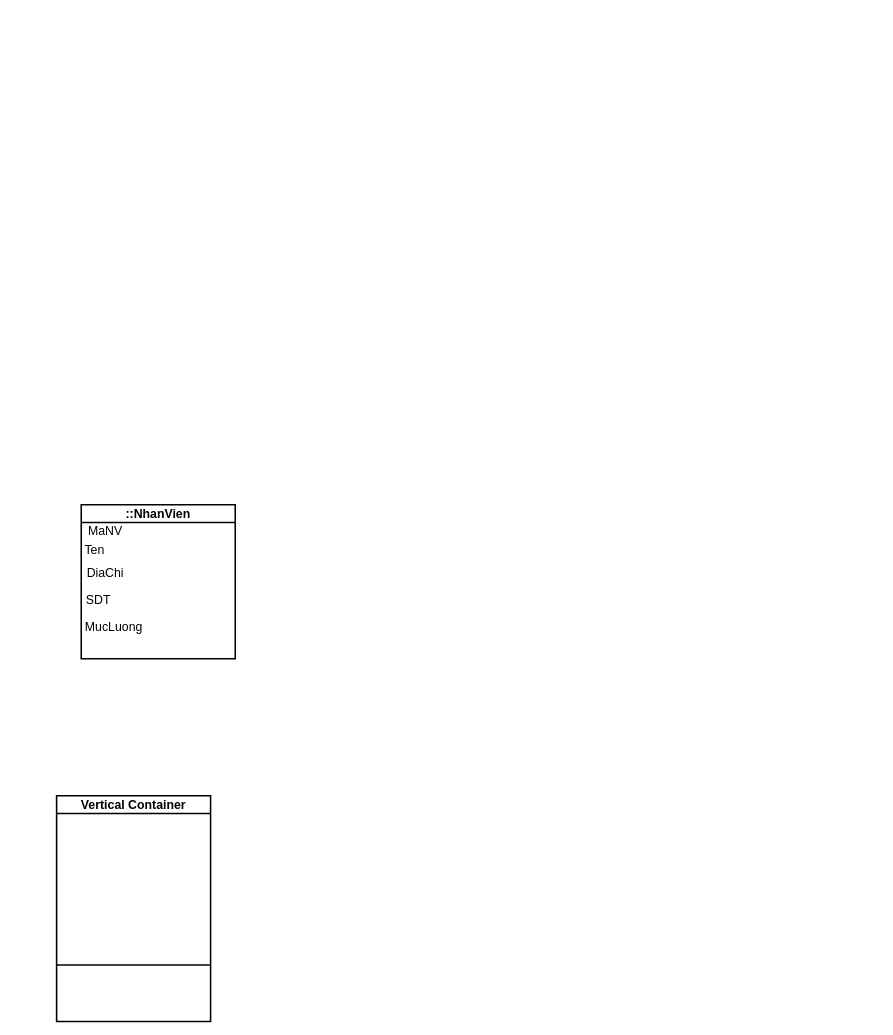
Before: page "Trang-2" (2 of 2) of C6SODO.drawio in nguyenngocnghia112k/DOANCN, a draw.io diagram. Source tidied: cells renumbered, new cells numbered last; positions are measured from the earlier drawing's top-left corner, leaving out a move shared by most shapes. Both pictures are drawn from the tidied source at 77%, with x=0, y=0 at pixel (56, 504).
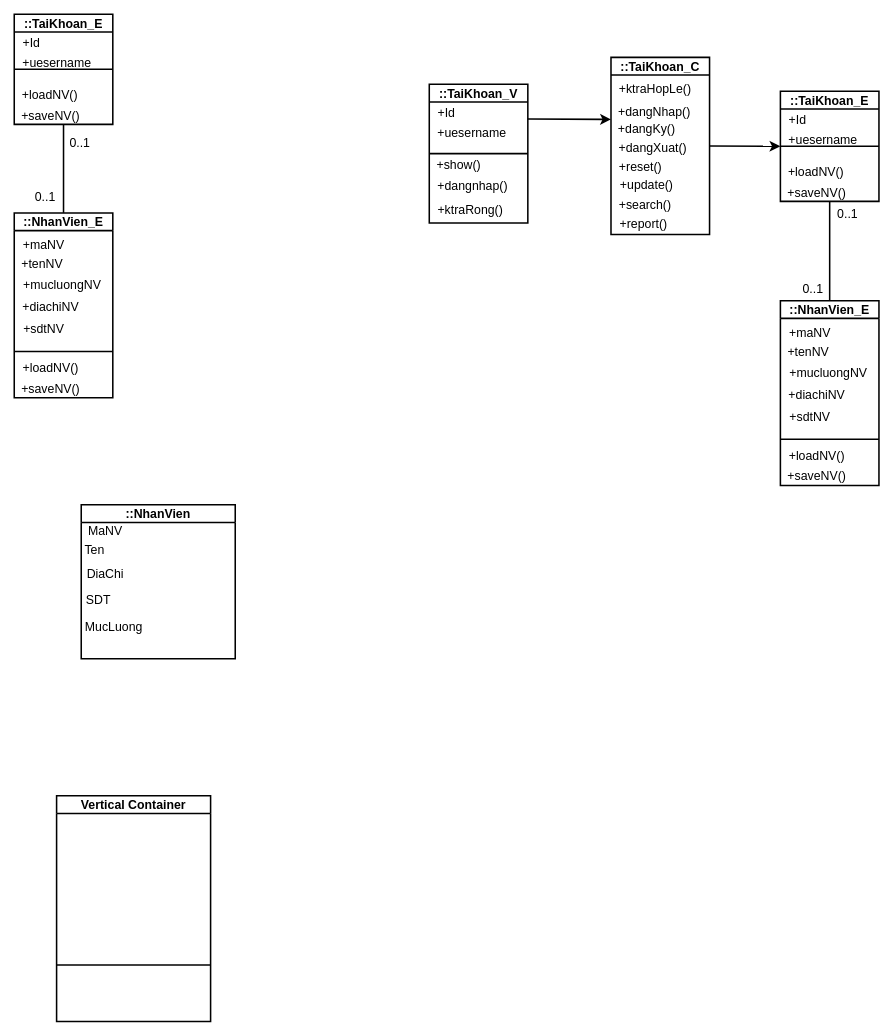
The same diagram, later.

Commit message:
Cập nhật C6SODO.drawio

Change to the diagram source:
```diff
@@
+    <mxCell id="10" value="::TaiKhoan_E" style="swimlane;whiteSpace=wrap;html=1;fontSize=16;fontStyle=1;strokeWidth=2;startSize=23;" parent="1" vertex="1">
+      <mxGeometry x="-55" y="-637" width="128" height="143" as="geometry" />
+    </mxCell>
+    <mxCell id="11" value="+Id" style="text;html=1;align=center;verticalAlign=middle;strokeColor=none;fillColor=none;fontSize=16;fontStyle=0;strokeWidth=2;" parent="10" vertex="1">
+      <mxGeometry x="1" y="21" width="41" height="31" as="geometry" />
+    </mxCell>
+    <mxCell id="12" value="+uesername" style="text;html=1;align=center;verticalAlign=middle;strokeColor=none;fillColor=none;fontSize=16;fontStyle=0;strokeWidth=2;" parent="10" vertex="1">
+      <mxGeometry x="1" y="47" width="107" height="31" as="geometry" />
+    </mxCell>
+    <mxCell id="13" value="+loadNV()" style="text;html=1;align=center;verticalAlign=middle;strokeColor=none;fillColor=none;fontSize=16;fontStyle=0;strokeWidth=2;" parent="10" vertex="1">
+      <mxGeometry x="1" y="88" width="90" height="31" as="geometry" />
+    </mxCell>
+    <mxCell id="14" value="+saveNV()" style="text;html=1;align=center;verticalAlign=middle;strokeColor=none;fillColor=none;fontSize=16;fontStyle=0;strokeWidth=2;" parent="10" vertex="1">
+      <mxGeometry y="116" width="94" height="31" as="geometry" />
+    </mxCell>
+    <mxCell id="15" style="endArrow=none;html=1;rounded=0;fontSize=12;startSize=8;endSize=8;curved=1;entryX=1;entryY=0.5;entryDx=0;entryDy=0;exitX=0;exitY=0.5;exitDx=0;exitDy=0;fontStyle=0;strokeWidth=2;" parent="1" edge="1" source="10" target="10">
+      <mxGeometry relative="1" as="geometry" />
+    </mxCell>
+    <mxCell id="16" value="::NhanVien_E" style="swimlane;whiteSpace=wrap;html=1;fontSize=16;fontStyle=1;strokeWidth=2;startSize=23;" parent="1" vertex="1">
+      <mxGeometry x="-55" y="-379" width="128" height="240" as="geometry" />
+    </mxCell>
+    <mxCell id="17" value="+maNV" style="text;html=1;align=center;verticalAlign=middle;strokeColor=none;fillColor=none;fontSize=16;fontStyle=0;strokeWidth=2;" parent="16" vertex="1">
+      <mxGeometry x="2" y="26" width="72" height="31" as="geometry" />
+    </mxCell>
+    <mxCell id="18" value="+tenNV" style="text;html=1;align=center;verticalAlign=middle;strokeColor=none;fillColor=none;fontSize=16;fontStyle=0;strokeWidth=2;" parent="16" vertex="1">
+      <mxGeometry y="50" width="72" height="31" as="geometry" />
+    </mxCell>
+    <mxCell id="19" value="+mucluongNV" style="text;html=1;align=center;verticalAlign=middle;strokeColor=none;fillColor=none;fontSize=16;fontStyle=0;strokeWidth=2;" parent="16" vertex="1">
+      <mxGeometry x="2" y="77" width="119" height="31" as="geometry" />
+    </mxCell>
+    <mxCell id="20" value="+diachiNV" style="text;html=1;align=center;verticalAlign=middle;strokeColor=none;fillColor=none;fontSize=16;fontStyle=0;strokeWidth=2;" parent="16" vertex="1">
+      <mxGeometry x="1" y="106" width="91" height="31" as="geometry" />
+    </mxCell>
+    <mxCell id="21" value="+sdtNV" style="text;html=1;align=center;verticalAlign=middle;strokeColor=none;fillColor=none;fontSize=16;fontStyle=0;strokeWidth=2;" parent="16" vertex="1">
+      <mxGeometry x="2" y="135" width="71" height="31" as="geometry" />
+    </mxCell>
+    <mxCell id="22" value="+loadNV()" style="text;html=1;align=center;verticalAlign=middle;strokeColor=none;fillColor=none;fontSize=16;fontStyle=0;strokeWidth=2;" parent="16" vertex="1">
+      <mxGeometry x="2" y="185" width="90" height="31" as="geometry" />
+    </mxCell>
+    <mxCell id="23" value="+saveNV()" style="text;html=1;align=center;verticalAlign=middle;strokeColor=none;fillColor=none;fontSize=16;fontStyle=0;strokeWidth=2;" parent="16" vertex="1">
+      <mxGeometry y="212" width="94" height="31" as="geometry" />
+    </mxCell>
+    <mxCell id="24" style="endArrow=none;html=1;rounded=0;fontSize=12;startSize=8;endSize=8;curved=1;entryX=1;entryY=0.75;entryDx=0;entryDy=0;exitX=0;exitY=0.75;exitDx=0;exitDy=0;fontStyle=0;strokeWidth=2;" parent="1" edge="1" source="16" target="16">
+      <mxGeometry relative="1" as="geometry" />
+    </mxCell>
+    <mxCell id="25" style="endArrow=none;html=1;rounded=0;fontSize=12;startSize=8;endSize=8;curved=1;entryX=0.5;entryY=1;entryDx=0;entryDy=0;exitX=0.5;exitY=0;exitDx=0;exitDy=0;fontStyle=1;strokeWidth=2;" parent="1" edge="1" source="16" target="10">
+      <mxGeometry relative="1" as="geometry" />
+    </mxCell>
+    <mxCell id="26" value="0..1" style="text;html=1;align=center;verticalAlign=middle;strokeColor=none;fillColor=none;fontSize=16;" parent="1" vertex="1">
+      <mxGeometry x="7" y="-486" width="45" height="31" as="geometry" />
+    </mxCell>
+    <mxCell id="27" value="0..1" style="text;html=1;align=center;verticalAlign=middle;strokeColor=none;fillColor=none;fontSize=16;" parent="1" vertex="1">
+      <mxGeometry x="-38" y="-416" width="45" height="31" as="geometry" />
+    </mxCell>
+    <mxCell id="28" value="::TaiKhoan_E" style="swimlane;whiteSpace=wrap;html=1;fontSize=16;fontStyle=1;strokeWidth=2;startSize=23;" parent="1" vertex="1">
+      <mxGeometry x="940" y="-537" width="128" height="143" as="geometry" />
+    </mxCell>
+    <mxCell id="29" value="+Id" style="text;html=1;align=center;verticalAlign=middle;strokeColor=none;fillColor=none;fontSize=16;fontStyle=0;strokeWidth=2;" parent="28" vertex="1">
+      <mxGeometry x="1" y="21" width="41" height="31" as="geometry" />
+    </mxCell>
+    <mxCell id="30" value="+uesername" style="text;html=1;align=center;verticalAlign=middle;strokeColor=none;fillColor=none;fontSize=16;fontStyle=0;strokeWidth=2;" parent="28" vertex="1">
+      <mxGeometry x="1" y="47" width="107" height="31" as="geometry" />
+    </mxCell>
+    <mxCell id="31" value="+loadNV()" style="text;html=1;align=center;verticalAlign=middle;strokeColor=none;fillColor=none;fontSize=16;fontStyle=0;strokeWidth=2;" parent="28" vertex="1">
+      <mxGeometry x="1" y="88" width="90" height="31" as="geometry" />
+    </mxCell>
+    <mxCell id="32" value="+saveNV()" style="text;html=1;align=center;verticalAlign=middle;strokeColor=none;fillColor=none;fontSize=16;fontStyle=0;strokeWidth=2;" parent="28" vertex="1">
+      <mxGeometry y="116" width="94" height="31" as="geometry" />
+    </mxCell>
+    <mxCell id="33" style="endArrow=none;html=1;rounded=0;fontSize=12;startSize=8;endSize=8;curved=1;entryX=1;entryY=0.5;entryDx=0;entryDy=0;exitX=0;exitY=0.5;exitDx=0;exitDy=0;fontStyle=0;strokeWidth=2;" parent="1" edge="1" source="28" target="28">
+      <mxGeometry relative="1" as="geometry" />
+    </mxCell>
+    <mxCell id="34" value="::NhanVien_E" style="swimlane;whiteSpace=wrap;html=1;fontSize=16;fontStyle=1;strokeWidth=2;startSize=23;" parent="1" vertex="1">
+      <mxGeometry x="940" y="-265" width="128" height="240" as="geometry" />
+    </mxCell>
+    <mxCell id="35" value="+maNV" style="text;html=1;align=center;verticalAlign=middle;strokeColor=none;fillColor=none;fontSize=16;fontStyle=0;strokeWidth=2;" parent="34" vertex="1">
+      <mxGeometry x="2" y="26" width="72" height="31" as="geometry" />
+    </mxCell>
+    <mxCell id="36" value="+tenNV" style="text;html=1;align=center;verticalAlign=middle;strokeColor=none;fillColor=none;fontSize=16;fontStyle=0;strokeWidth=2;" parent="34" vertex="1">
+      <mxGeometry y="50" width="72" height="31" as="geometry" />
+    </mxCell>
+    <mxCell id="37" value="+mucluongNV" style="text;html=1;align=center;verticalAlign=middle;strokeColor=none;fillColor=none;fontSize=16;fontStyle=0;strokeWidth=2;" parent="34" vertex="1">
+      <mxGeometry x="2" y="77" width="119" height="31" as="geometry" />
+    </mxCell>
+    <mxCell id="38" value="+diachiNV" style="text;html=1;align=center;verticalAlign=middle;strokeColor=none;fillColor=none;fontSize=16;fontStyle=0;strokeWidth=2;" parent="34" vertex="1">
+      <mxGeometry x="1" y="106" width="91" height="31" as="geometry" />
+    </mxCell>
+    <mxCell id="39" value="+sdtNV" style="text;html=1;align=center;verticalAlign=middle;strokeColor=none;fillColor=none;fontSize=16;fontStyle=0;strokeWidth=2;" parent="34" vertex="1">
+      <mxGeometry x="2" y="135" width="71" height="31" as="geometry" />
+    </mxCell>
+    <mxCell id="40" value="+loadNV()" style="text;html=1;align=center;verticalAlign=middle;strokeColor=none;fillColor=none;fontSize=16;fontStyle=0;strokeWidth=2;" parent="34" vertex="1">
+      <mxGeometry x="2" y="185" width="90" height="31" as="geometry" />
+    </mxCell>
+    <mxCell id="41" value="+saveNV()" style="text;html=1;align=center;verticalAlign=middle;strokeColor=none;fillColor=none;fontSize=16;fontStyle=0;strokeWidth=2;" parent="34" vertex="1">
+      <mxGeometry y="212" width="94" height="31" as="geometry" />
+    </mxCell>
+    <mxCell id="42" style="endArrow=none;html=1;rounded=0;fontSize=12;startSize=8;endSize=8;curved=1;entryX=1;entryY=0.75;entryDx=0;entryDy=0;exitX=0;exitY=0.75;exitDx=0;exitDy=0;fontStyle=0;strokeWidth=2;" parent="1" edge="1" source="34" target="34">
+      <mxGeometry relative="1" as="geometry" />
+    </mxCell>
+    <mxCell id="43" style="endArrow=none;html=1;rounded=0;fontSize=12;startSize=8;endSize=8;curved=1;entryX=0.5;entryY=1;entryDx=0;entryDy=0;exitX=0.5;exitY=0;exitDx=0;exitDy=0;fontStyle=1;strokeWidth=2;" parent="1" edge="1" source="34" target="28">
+      <mxGeometry relative="1" as="geometry" />
+    </mxCell>
+    <mxCell id="44" value="0..1" style="text;html=1;align=center;verticalAlign=middle;strokeColor=none;fillColor=none;fontSize=16;strokeWidth=2;" parent="1" vertex="1">
+      <mxGeometry x="1004" y="-394" width="45" height="31" as="geometry" />
+    </mxCell>
+    <mxCell id="45" value="0..1" style="text;html=1;align=center;verticalAlign=middle;strokeColor=none;fillColor=none;fontSize=16;strokeWidth=2;" parent="1" vertex="1">
+      <mxGeometry x="959" y="-296" width="45" height="31" as="geometry" />
+    </mxCell>
+    <mxCell id="46" value="::TaiKhoan_V" style="swimlane;whiteSpace=wrap;html=1;fontSize=16;fontStyle=1;strokeWidth=2;startSize=23;" parent="1" vertex="1">
+      <mxGeometry x="484" y="-546" width="128" height="180" as="geometry" />
+    </mxCell>
+    <mxCell id="47" value="+Id" style="text;html=1;align=center;verticalAlign=middle;strokeColor=none;fillColor=none;fontSize=16;fontStyle=0;strokeWidth=2;" parent="46" vertex="1">
+      <mxGeometry x="1" y="21" width="41" height="31" as="geometry" />
+    </mxCell>
+    <mxCell id="48" value="+uesername" style="text;html=1;align=center;verticalAlign=middle;strokeColor=none;fillColor=none;fontSize=16;fontStyle=0;strokeWidth=2;" parent="46" vertex="1">
+      <mxGeometry x="1" y="47" width="107" height="31" as="geometry" />
+    </mxCell>
+    <mxCell id="49" value="+show()" style="text;html=1;align=center;verticalAlign=middle;strokeColor=none;fillColor=none;fontSize=16;fontStyle=0;strokeWidth=2;" parent="46" vertex="1">
+      <mxGeometry y="88" width="75" height="31" as="geometry" />
+    </mxCell>
+    <mxCell id="50" value="+dangnhap()" style="text;html=1;align=center;verticalAlign=middle;strokeColor=none;fillColor=none;fontSize=16;fontStyle=0;strokeWidth=2;" parent="46" vertex="1">
+      <mxGeometry x="1" y="116" width="109" height="31" as="geometry" />
+    </mxCell>
+    <mxCell id="51" value="+ktraRong()" style="text;html=1;align=center;verticalAlign=middle;strokeColor=none;fillColor=none;fontSize=16;strokeWidth=2;" parent="46" vertex="1">
+      <mxGeometry x="1" y="147" width="103" height="31" as="geometry" />
+    </mxCell>
+    <mxCell id="52" style="endArrow=none;html=1;rounded=0;fontSize=12;startSize=8;endSize=8;curved=1;entryX=1;entryY=0.5;entryDx=0;entryDy=0;exitX=0;exitY=0.5;exitDx=0;exitDy=0;fontStyle=0;strokeWidth=2;" parent="1" edge="1" source="46" target="46">
+      <mxGeometry relative="1" as="geometry" />
+    </mxCell>
+    <mxCell id="53" value="::TaiKhoan_C" style="swimlane;whiteSpace=wrap;html=1;fontSize=16;fontStyle=1;strokeWidth=2;startSize=23;" parent="1" vertex="1">
+      <mxGeometry x="720" y="-581" width="128" height="230" as="geometry" />
+    </mxCell>
+    <mxCell id="54" value="+ktraHopLe()" style="text;html=1;align=center;verticalAlign=middle;strokeColor=none;fillColor=none;fontSize=16;fontStyle=0;strokeWidth=2;" parent="53" vertex="1">
+      <mxGeometry x="1" y="25" width="112" height="31" as="geometry" />
+    </mxCell>
+    <mxCell id="55" value="+dangNhap()" style="text;html=1;align=center;verticalAlign=middle;strokeColor=none;fillColor=none;fontSize=16;fontStyle=0;strokeWidth=2;" parent="53" vertex="1">
+      <mxGeometry y="54" width="112" height="31" as="geometry" />
+    </mxCell>
+    <mxCell id="56" value="+dangKy()" style="text;html=1;align=center;verticalAlign=middle;points=[];strokeColor=none;fillColor=none;fontSize=16;fontStyle=0;strokeWidth=2;" parent="53" vertex="1">
+      <mxGeometry y="77" width="92" height="31" as="geometry" />
+    </mxCell>
+    <mxCell id="57" value="+dangXuat()" style="text;html=1;align=center;verticalAlign=middle;strokeColor=none;fillColor=none;fontSize=16;fontStyle=0;strokeWidth=2;" parent="53" vertex="1">
+      <mxGeometry y="102" width="107" height="31" as="geometry" />
+    </mxCell>
+    <mxCell id="58" value="+reset()" style="text;html=1;align=center;verticalAlign=middle;strokeColor=none;fillColor=none;fontSize=16;fontStyle=0;strokeWidth=2;" parent="53" vertex="1">
+      <mxGeometry x="1" y="126" width="74" height="31" as="geometry" />
+    </mxCell>
+    <mxCell id="59" value="+update()" style="text;html=1;align=center;verticalAlign=middle;strokeColor=none;fillColor=none;fontSize=16;fontStyle=0;strokeWidth=2;" parent="53" vertex="1">
+      <mxGeometry x="2" y="150" width="87" height="31" as="geometry" />
+    </mxCell>
+    <mxCell id="60" value="+search()" style="text;html=1;align=center;verticalAlign=middle;strokeColor=none;fillColor=none;fontSize=16;strokeWidth=2;" parent="53" vertex="1">
+      <mxGeometry x="1" y="175" width="86" height="31" as="geometry" />
+    </mxCell>
+    <mxCell id="61" value="+report()" style="text;html=1;align=center;verticalAlign=middle;strokeColor=none;fillColor=none;fontSize=16;strokeWidth=2;" parent="53" vertex="1">
+      <mxGeometry x="2" y="200" width="80" height="31" as="geometry" />
+    </mxCell>
+    <mxCell id="62" style="endArrow=classic;html=1;rounded=0;fontSize=12;startSize=8;endSize=8;curved=1;entryX=0;entryY=0.116;entryDx=0;entryDy=0;entryPerimeter=0;exitX=1;exitY=0.25;exitDx=0;exitDy=0;strokeWidth=2;" parent="1" edge="1" source="46" target="56">
+      <mxGeometry relative="1" as="geometry" />
+    </mxCell>
+    <mxCell id="63" style="endArrow=classic;html=1;rounded=0;fontSize=12;startSize=8;endSize=8;curved=1;entryX=0;entryY=0.5;entryDx=0;entryDy=0;exitX=1;exitY=0.5;exitDx=0;exitDy=0;strokeWidth=2;" parent="1" edge="1" source="53" target="28">
+      <mxGeometry relative="1" as="geometry" />
+    </mxCell>
```
